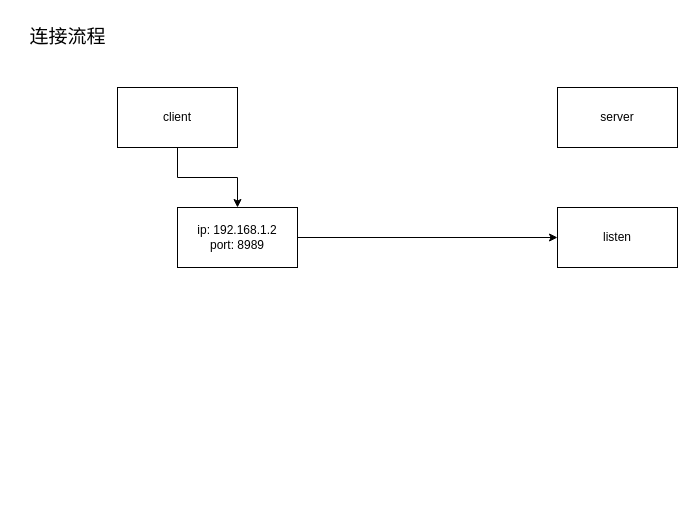
Earlier version of the draw.io diagram page "新标定流程" (3 of 3) of 重构相机标定工具.drawio (Jev0987/drawioFile). Source tidied: cells renumbered, new cells numbered last; positions are measured from the earlier drawing's top-left corner, leaving out a move shared by most shapes. Both pictures are drawn from the tidied source at 100%, with x=0, y=0 at pixel (17, 17).
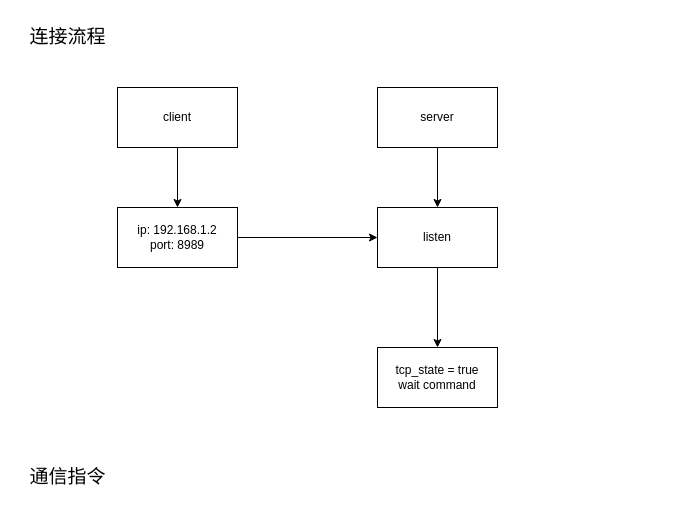
The same page after the edit.

Commit message (it also covers changes not shown here):
更新重构相机标定工具.drawio

Diff of the diagram source:
```diff
@@
 <mxGraphModel>
   <root>
     <mxCell id="0" />
     <mxCell id="1" parent="0" />
     <mxCell id="2" style="edgeStyle=orthogonalEdgeStyle;rounded=0;jettySize=auto;html=1;" parent="1" edge="1" source="3" target="6">
       <mxGeometry relative="1" as="geometry" />
     </mxCell>
     <mxCell id="3" value="client" style="whiteSpace=wrap;html=1;" parent="1" vertex="1">
       <mxGeometry x="100" y="70" width="120" height="60" as="geometry" />
     </mxCell>
+    <mxCell id="9" style="edgeStyle=orthogonalEdgeStyle;rounded=0;jettySize=auto;html=1;" parent="1" edge="1" source="4" target="8">
+      <mxGeometry relative="1" as="geometry" />
+    </mxCell>
     <mxCell id="4" value="server" style="whiteSpace=wrap;html=1;" parent="1" vertex="1">
-      <mxGeometry x="540" y="70" width="120" height="60" as="geometry" />
+      <mxGeometry x="360" y="70" width="120" height="60" as="geometry" />
     </mxCell>
     <mxCell id="5" style="edgeStyle=orthogonalEdgeStyle;rounded=0;jettySize=auto;html=1;exitX=1;exitY=0.5;exitDx=0;exitDy=0;entryX=0;entryY=0.5;entryDx=0;entryDy=0;" parent="1" edge="1" source="6" target="8">
       <mxGeometry relative="1" as="geometry" />
     </mxCell>
     <mxCell id="6" value="ip: 192.168.1.2&lt;div&gt;port: 8989&lt;/div&gt;" style="whiteSpace=wrap;html=1;" parent="1" vertex="1">
-      <mxGeometry x="160" y="190" width="120" height="60" as="geometry" />
+      <mxGeometry x="100" y="190" width="120" height="60" as="geometry" />
     </mxCell>
     <mxCell id="7" value="连接流程" style="text;html=1;align=center;verticalAlign=middle;strokeColor=none;fillColor=none;fontSize=19;" parent="1" vertex="1">
       <mxGeometry width="100" height="40" as="geometry" />
     </mxCell>
+    <mxCell id="10" style="edgeStyle=orthogonalEdgeStyle;rounded=0;jettySize=auto;html=1;" parent="1" edge="1" source="8" target="11">
+      <mxGeometry relative="1" as="geometry" />
+    </mxCell>
     <mxCell id="8" value="listen" style="whiteSpace=wrap;html=1;" parent="1" vertex="1">
-      <mxGeometry x="540" y="190" width="120" height="60" as="geometry" />
+      <mxGeometry x="360" y="190" width="120" height="60" as="geometry" />
     </mxCell>
+    <mxCell id="11" value="tcp_state = true&lt;div&gt;wait command&lt;/div&gt;" style="whiteSpace=wrap;html=1;" parent="1" vertex="1">
+      <mxGeometry x="360" y="330" width="120" height="60" as="geometry" />
+    </mxCell>
+    <mxCell id="12" value="通信指令" style="text;html=1;align=center;verticalAlign=middle;strokeColor=none;fillColor=none;fontSize=19;" parent="1" vertex="1">
+      <mxGeometry y="440" width="100" height="40" as="geometry" />
+    </mxCell>
   </root>
 </mxGraphModel>
```
